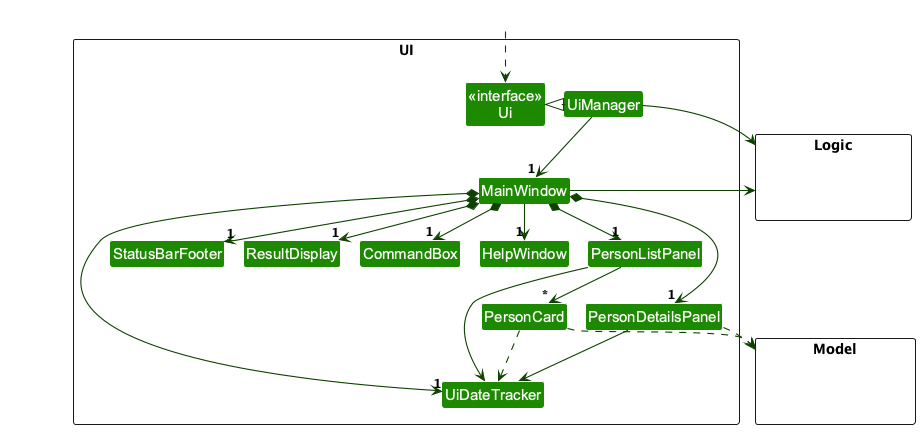
The PlantUML diagram docs/images/UiClassDiagram.png in AY2627S1-CS2103T-F11-1/tp, before a commit.
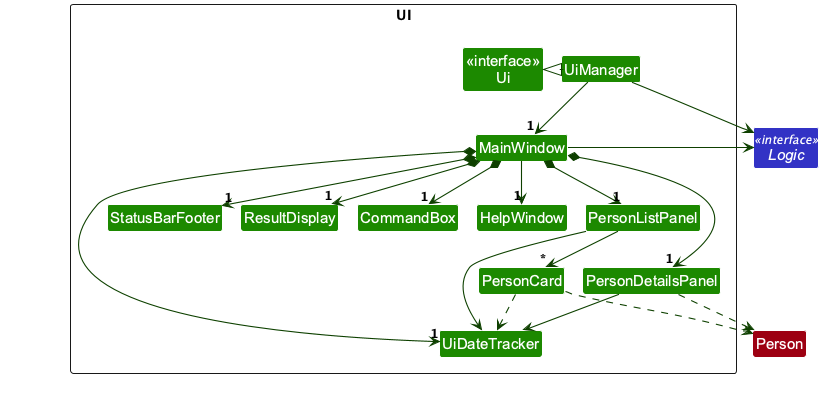
The same file after the commit.

Diff of the diagram source:
```diff
@@ -19,16 +19,8 @@
 Class CommandBox
 }
 
-package Model <<Rectangle>> {
-Class HiddenModel #FFFFFF
-}
-
-package Logic <<Rectangle>> {
-Class HiddenLogic #FFFFFF
-}
-
-Class HiddenOutside #FFFFFF
-HiddenOutside ..> Ui
+interface Logic <<interface>> LOGIC_COLOR
+class Person MODEL_COLOR
 
 UiManager .left.|> Ui
 UiManager -down-> "1" MainWindow
@@ -47,8 +39,8 @@
 
 
 
-PersonCard ..> Model
-PersonDetailsPanel ..> Model
+PersonCard ..> Person
+PersonDetailsPanel ..> Person
 UiManager -right-> Logic
 MainWindow -left-> Logic
 
```
